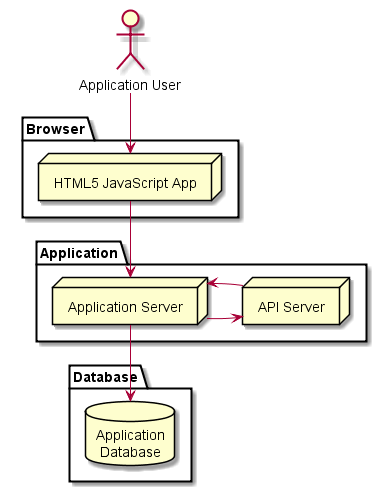
swcurran/DevOpsFor keeps this PlantUML diagram as DevOps4ProductOwners/diagrams/webarchitecture.png. Above is the earlier version. Source of this version:
```plantuml
@startuml
actor "Application User" as User1

package "Browser" {
	node "HTML5 JavaScript App" as client
}

User1 --> client

package "Application" {
  node "Application Server" as app
  node "API Server" as api
}

package "Database" {
  database "Application\nDatabase" as db
}

client --> app
app -right-> api
api -left-> app
app --> db

@enduml
```
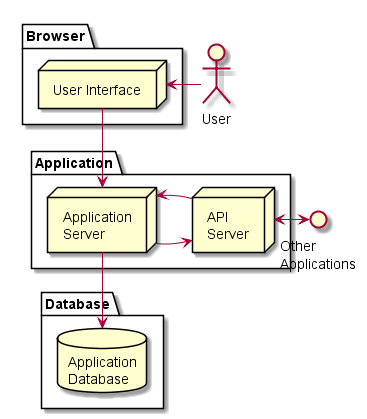
After the change.

The edit, as a diff of the source:
```diff
@@ -1,24 +1,28 @@
 @startuml
-actor "Application User" as User1
+
+actor User as user
 
 package "Browser" {
-	node "HTML5 JavaScript App" as client
+	node "User Interface" as client
 }
 
-User1 --> client
+user -left-> client
 
 package "Application" {
-  node "Application Server" as app
-  node "API Server" as api
+  node "Application\nServer" as app
+  node "API\nServer" as api
 }
 
 package "Database" {
   database "Application\nDatabase" as db
 }
 
+interface "Other\nApplications" as other
+
 client --> app
 app -right-> api
 api -left-> app
+api <-right-> other
 app --> db
 
 @enduml
```
